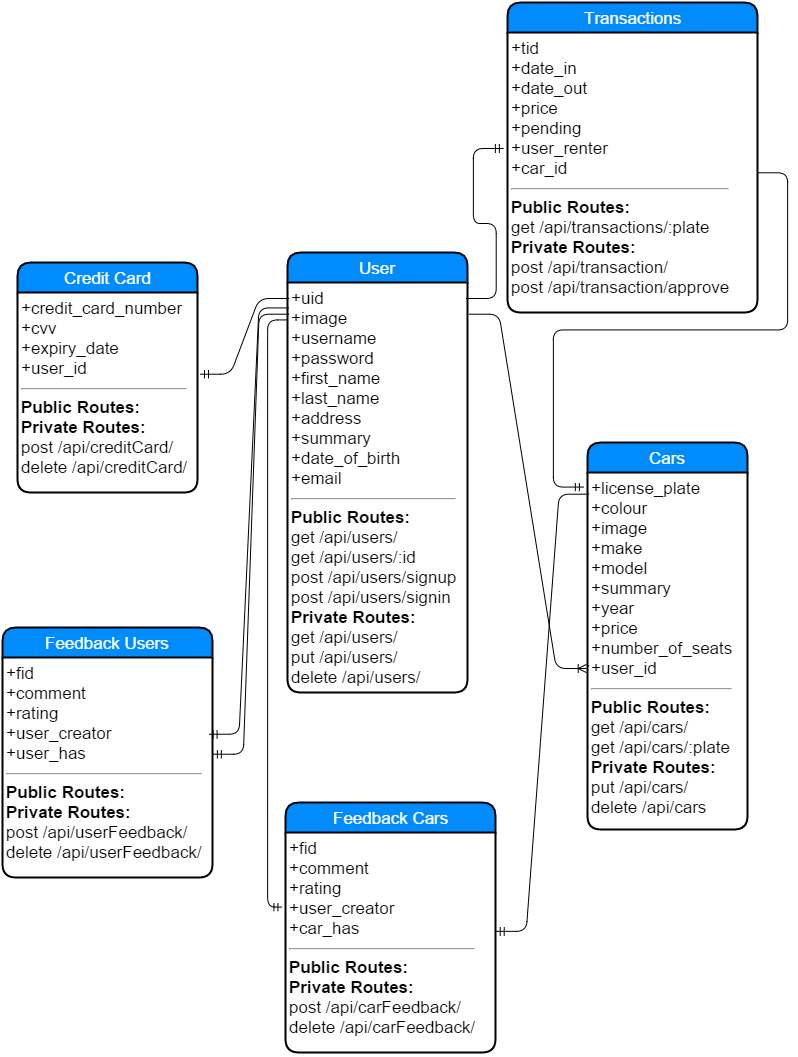
Above: docs/finalReport/ObjectOrientatedDesign.png in awaseem/renti-backend (draw.io), before the change. Source tidied: cells renumbered, new cells last; positions are measured from the earlier drawing's top-left corner, leaving out a move shared by most shapes. Source of this version:
```xml
<mxGraphModel background="#ffffff">
  <root>
    <mxCell id="0" style="html=1;" />
    <mxCell id="1" style="html=1;" parent="0" />
    <mxCell id="2" value="User" style="swimlane;html=1;horizontal=1;startSize=30;fillColor=#008cff;fontColor=#FFFFFF;rounded=1;fontSize=17;fontStyle=0;strokeWidth=2;shadow=0;dashed=0;align=center;" parent="1" vertex="1">
      <mxGeometry x="285" y="250" width="180" height="440" as="geometry" />
    </mxCell>
    <mxCell id="3" value="&lt;div&gt;+uid&lt;/div&gt;&lt;div&gt;+image&lt;/div&gt;&lt;div&gt;+username&lt;/div&gt;&lt;div&gt;+password&lt;/div&gt;&lt;div&gt;+first_name&lt;/div&gt;&lt;div&gt;+last_name&lt;/div&gt;&lt;div&gt;+address&lt;/div&gt;&lt;div&gt;+summary&lt;/div&gt;&lt;div&gt;+date_of_birth&lt;/div&gt;&lt;div&gt;+email&lt;/div&gt;&lt;div&gt;&lt;hr id=&quot;null&quot;&gt;&lt;b&gt;Public Routes:&lt;/b&gt;&lt;/div&gt;&lt;div&gt;get /api/users/&lt;/div&gt;&lt;div&gt;get /api/users/:id&lt;/div&gt;&lt;div&gt;&lt;span&gt;post /api/users/signup&lt;/span&gt;&lt;br&gt;&lt;/div&gt;&lt;div&gt;&lt;span&gt;post /api/users/signin&lt;/span&gt;&lt;span&gt;&lt;br&gt;&lt;/span&gt;&lt;/div&gt;&lt;div&gt;&lt;span&gt;&lt;b&gt;Private Routes:&lt;/b&gt;&lt;/span&gt;&lt;/div&gt;&lt;div&gt;&lt;span&gt;get /api/users/&lt;/span&gt;&lt;/div&gt;&lt;div&gt;&lt;span&gt;put /api/users/&lt;/span&gt;&lt;/div&gt;&lt;div&gt;&lt;span&gt;delete /api/users/&lt;/span&gt;&lt;/div&gt;&lt;div&gt;&lt;br&gt;&lt;/div&gt;" style="whiteSpace=wrap;html=1;align=left;strokeColor=none;fillColor=none;spacingLeft=4;fontSize=17;verticalAlign=top;" parent="2" vertex="1">
      <mxGeometry y="30" width="180" height="410" as="geometry" />
    </mxCell>
    <mxCell id="4" value="Cars" style="swimlane;html=1;horizontal=1;startSize=30;fillColor=#008cff;fontColor=#FFFFFF;rounded=1;fontSize=17;fontStyle=0;strokeWidth=2;shadow=0;dashed=0;align=center;" parent="1" vertex="1">
      <mxGeometry x="585" y="440" width="160" height="387" as="geometry" />
    </mxCell>
    <mxCell id="5" value="+license_plate&lt;div&gt;+colour&lt;/div&gt;&lt;div&gt;+image&lt;/div&gt;&lt;div&gt;+make&lt;/div&gt;&lt;div&gt;+model&lt;/div&gt;&lt;div&gt;+summary&lt;/div&gt;&lt;div&gt;+year&lt;/div&gt;&lt;div&gt;+price&lt;/div&gt;&lt;div&gt;+number_of_seats&lt;/div&gt;&lt;div&gt;+user_id&lt;/div&gt;&lt;div&gt;&lt;hr id=&quot;null&quot;&gt;&lt;b&gt;Public Routes:&lt;/b&gt;&lt;/div&gt;&lt;div&gt;get /api/cars/&lt;/div&gt;&lt;div&gt;get /api/cars/:plate&lt;/div&gt;&lt;div&gt;&lt;b&gt;Private Routes:&lt;/b&gt;&lt;/div&gt;&lt;div&gt;put /api/cars/&lt;/div&gt;&lt;div&gt;delete /api/cars&lt;/div&gt;" style="whiteSpace=wrap;html=1;align=left;strokeColor=none;fillColor=none;spacingLeft=4;fontSize=17;verticalAlign=top;" parent="4" vertex="1">
      <mxGeometry y="30" width="160" height="357" as="geometry" />
    </mxCell>
    <mxCell id="6" style="edgeStyle=none;rounded=0;html=1;entryX=0.013;entryY=0.543;entryPerimeter=0;endArrow=none;endFill=0;jettySize=auto;orthogonalLoop=1;" parent="4" edge="1" source="5" target="5">
      <mxGeometry relative="1" as="geometry" />
    </mxCell>
    <mxCell id="7" value="Credit Card" style="swimlane;html=1;horizontal=1;startSize=30;fillColor=#008cff;fontColor=#FFFFFF;rounded=1;fontSize=17;fontStyle=0;strokeWidth=2;shadow=0;dashed=0;align=center;" parent="1" vertex="1">
      <mxGeometry x="15" y="260" width="180" height="230" as="geometry" />
    </mxCell>
    <mxCell id="8" value="&lt;div&gt;+credit_card_number&lt;/div&gt;&lt;div&gt;+cvv&lt;/div&gt;&lt;div&gt;+expiry_date&lt;/div&gt;&lt;div&gt;+user_id&lt;/div&gt;&lt;div&gt;&lt;hr id=&quot;null&quot;&gt;&lt;b&gt;Public Routes:&lt;/b&gt;&lt;/div&gt;&lt;div&gt;&lt;span&gt;&lt;b&gt;Private Routes:&lt;/b&gt;&lt;/span&gt;&lt;/div&gt;&lt;div&gt;&lt;span&gt;post /api/creditCard/&lt;/span&gt;&lt;/div&gt;&lt;div&gt;&lt;span&gt;delete /api/creditCard/&lt;/span&gt;&lt;br&gt;&lt;/div&gt;" style="whiteSpace=wrap;html=1;align=left;strokeColor=none;fillColor=none;spacingLeft=4;fontSize=17;verticalAlign=top;" parent="7" vertex="1">
      <mxGeometry y="30" width="180" height="200" as="geometry" />
    </mxCell>
    <mxCell id="9" style="edgeStyle=none;rounded=0;html=1;endArrow=none;endFill=0;jettySize=auto;" parent="7" edge="1" source="8" target="7">
      <mxGeometry relative="1" as="geometry" />
    </mxCell>
    <mxCell id="10" value="Transactions" style="swimlane;html=1;horizontal=1;startSize=30;fillColor=#008cff;fontColor=#FFFFFF;rounded=1;fontSize=17;fontStyle=0;strokeWidth=2;shadow=0;dashed=0;align=center;" parent="1" vertex="1">
      <mxGeometry x="505" width="250" height="310" as="geometry" />
    </mxCell>
    <mxCell id="11" value="&lt;div&gt;+tid&lt;/div&gt;&lt;div&gt;+date_in&lt;/div&gt;&lt;div&gt;+date_out&lt;/div&gt;&lt;div&gt;+price&lt;/div&gt;&lt;div&gt;+pending&lt;/div&gt;&lt;div&gt;+user_renter&lt;/div&gt;&lt;div&gt;+car_id&lt;/div&gt;&lt;div&gt;&lt;hr id=&quot;null&quot;&gt;&lt;b&gt;Public Routes:&lt;/b&gt;&lt;/div&gt;&lt;div&gt;get /api/transactions/:plate&lt;/div&gt;&lt;div&gt;&lt;b style=&quot;line-height: 1.2&quot;&gt;Private Routes:&lt;/b&gt;&lt;br&gt;&lt;/div&gt;&lt;div&gt;post /api/transaction/&lt;/div&gt;&lt;div&gt;&lt;span style=&quot;line-height: 1.2&quot;&gt;post /api/transaction/approve&lt;/span&gt;&lt;br&gt;&lt;/div&gt;&lt;div&gt;&lt;br&gt;&lt;/div&gt;" style="whiteSpace=wrap;html=1;align=left;strokeColor=none;fillColor=none;spacingLeft=4;fontSize=17;verticalAlign=top;" parent="10" vertex="1">
      <mxGeometry y="30" width="250" height="280" as="geometry" />
    </mxCell>
    <mxCell id="12" style="edgeStyle=none;rounded=1;html=1;startArrow=ERmandOne;startFill=0;endArrow=none;endFill=0;endSize=30;jettySize=auto;strokeColor=#000000;" parent="10" edge="1" source="11" target="10">
      <mxGeometry relative="1" as="geometry" />
    </mxCell>
    <mxCell id="13" style="edgeStyle=none;rounded=1;html=1;startArrow=ERmandOne;startFill=0;endArrow=none;endFill=0;endSize=30;jettySize=auto;strokeColor=#000000;" parent="10" edge="1" source="11" target="10">
      <mxGeometry relative="1" as="geometry" />
    </mxCell>
    <mxCell id="14" style="edgeStyle=entityRelationEdgeStyle;html=1;endArrow=ERmandOne;exitX=1;exitY=0.5;entryX=-0.028;entryY=0.04;entryPerimeter=0;" parent="1" edge="1" source="11" target="5">
      <mxGeometry relative="1" as="geometry" />
    </mxCell>
    <mxCell id="15" style="edgeStyle=entityRelationEdgeStyle;html=1;endArrow=ERmandOne;flipH=1;flipV=1;exitX=1.007;exitY=0.399;entryX=-0.001;entryY=0.034;entryPerimeter=0;exitPerimeter=0;" parent="1" edge="1" source="8" target="3">
      <mxGeometry relative="1" as="geometry" />
    </mxCell>
    <mxCell id="16" style="edgeStyle=entityRelationEdgeStyle;html=1;endArrow=ERmandOne;entryX=-0.017;entryY=0.412;entryPerimeter=0;exitX=0.993;exitY=0.038;exitPerimeter=0;" parent="1" edge="1" source="3" target="11">
      <mxGeometry relative="1" as="geometry" />
    </mxCell>
    <mxCell id="17" value="Feedback Users" style="swimlane;html=1;horizontal=1;startSize=30;fillColor=#008cff;fontColor=#FFFFFF;rounded=1;fontSize=17;fontStyle=0;strokeWidth=2;shadow=0;dashed=0;align=center;" parent="1" vertex="1">
      <mxGeometry y="625" width="210" height="250" as="geometry" />
    </mxCell>
    <mxCell id="18" value="&lt;div&gt;+fid&lt;/div&gt;&lt;div&gt;+comment&lt;/div&gt;&lt;div&gt;+rating&lt;/div&gt;&lt;div&gt;+user_creator&lt;/div&gt;&lt;div&gt;+user_has&lt;/div&gt;&lt;div&gt;&lt;hr id=&quot;null&quot;&gt;&lt;b&gt;Public Routes:&lt;/b&gt;&lt;/div&gt;&lt;div&gt;&lt;b style=&quot;line-height: 1.2&quot;&gt;Private Routes:&lt;/b&gt;&lt;br&gt;&lt;/div&gt;&lt;div&gt;post /api/userFeedback/&lt;/div&gt;&lt;div&gt;&lt;span style=&quot;line-height: 1.2&quot;&gt;delete /api/&lt;/span&gt;&lt;span&gt;userFeedback/&lt;/span&gt;&lt;/div&gt;&lt;div&gt;&lt;span&gt;&lt;br&gt;&lt;/span&gt;&lt;/div&gt;" style="whiteSpace=wrap;html=1;align=left;strokeColor=none;fillColor=none;spacingLeft=4;fontSize=17;verticalAlign=top;" parent="17" vertex="1">
      <mxGeometry y="30" width="210" height="220" as="geometry" />
    </mxCell>
    <mxCell id="19" style="edgeStyle=none;rounded=0;html=1;exitX=0.5;exitY=1;endArrow=none;endFill=0;jettySize=auto;" parent="17" edge="1" source="17" target="18">
      <mxGeometry relative="1" as="geometry" />
    </mxCell>
    <mxCell id="20" style="edgeStyle=entityRelationEdgeStyle;html=1;endArrow=ERmandOne;flipH=1;flipV=1;rounded=1;exitX=0.976;exitY=0.341;exitPerimeter=0;" parent="1" edge="1" source="18">
      <mxGeometry relative="1" as="geometry">
        <mxPoint x="285" y="304" as="targetPoint" />
      </mxGeometry>
    </mxCell>
    <mxCell id="21" style="edgeStyle=entityRelationEdgeStyle;html=1;endArrow=ERmandOne;flipH=1;flipV=1;exitX=1;exitY=0.5;entryX=0.001;entryY=0.074;entryPerimeter=0;" parent="1" edge="1" source="17" target="3">
      <mxGeometry x="160.1" y="510" as="geometry" />
    </mxCell>
    <mxCell id="22" value="Feedback Cars" style="swimlane;html=1;horizontal=1;startSize=30;fillColor=#008cff;fontColor=#FFFFFF;rounded=1;fontSize=17;fontStyle=0;strokeWidth=2;shadow=0;dashed=0;align=center;" parent="1" vertex="1">
      <mxGeometry x="283" y="800" width="210" height="250" as="geometry" />
    </mxCell>
    <mxCell id="23" value="&lt;div&gt;+fid&lt;/div&gt;&lt;div&gt;+comment&lt;/div&gt;&lt;div&gt;+rating&lt;/div&gt;&lt;div&gt;+user_creator&lt;/div&gt;&lt;div&gt;+car_has&lt;/div&gt;&lt;div&gt;&lt;hr id=&quot;null&quot;&gt;&lt;b&gt;Public Routes:&lt;/b&gt;&lt;/div&gt;&lt;div&gt;&lt;b style=&quot;line-height: 1.2&quot;&gt;Private Routes:&lt;/b&gt;&lt;br&gt;&lt;/div&gt;&lt;div&gt;post /api/carFeedback/&lt;/div&gt;&lt;div&gt;&lt;span style=&quot;line-height: 1.2&quot;&gt;delete /api/car&lt;/span&gt;&lt;span&gt;Feedback/&lt;/span&gt;&lt;/div&gt;&lt;div&gt;&lt;span&gt;&lt;br&gt;&lt;/span&gt;&lt;/div&gt;" style="whiteSpace=wrap;html=1;align=left;strokeColor=none;fillColor=none;spacingLeft=4;fontSize=17;verticalAlign=top;" parent="22" vertex="1">
      <mxGeometry y="30" width="210" height="220" as="geometry" />
    </mxCell>
    <mxCell id="24" style="edgeStyle=none;rounded=0;html=1;exitX=0.5;exitY=1;endArrow=none;endFill=0;jettySize=auto;" parent="22" edge="1" source="22" target="23">
      <mxGeometry relative="1" as="geometry" />
    </mxCell>
    <mxCell id="25" style="edgeStyle=entityRelationEdgeStyle;html=1;endArrow=ERmandOne;flipH=1;flipV=1;exitX=0.994;exitY=0.44;entryX=0.004;entryY=0.057;entryPerimeter=0;exitPerimeter=0;" parent="1" edge="1" source="23" target="5">
      <mxGeometry x="170.1" y="520" as="geometry" />
    </mxCell>
    <mxCell id="26" style="edgeStyle=segmentEdgeStyle;endArrow=none;html=1;strokeColor=#000000;exitX=-0.015;exitY=0.342;exitPerimeter=0;endFill=0;startArrow=ERmandOne;startFill=0;entryX=-0.002;entryY=0.093;entryPerimeter=0;" parent="1" edge="1" source="23" target="3">
      <mxGeometry relative="1" as="geometry">
        <Array as="points">
          <mxPoint x="265" y="905" />
          <mxPoint x="265" y="318" />
        </Array>
      </mxGeometry>
    </mxCell>
    <mxCell id="27" style="edgeStyle=entityRelationEdgeStyle;html=1;endArrow=ERoneToMany;exitX=1.006;exitY=0.077;exitPerimeter=0;entryX=-0.012;entryY=0.549;entryPerimeter=0;" parent="1" edge="1" source="3" target="5">
      <mxGeometry relative="1" as="geometry" />
    </mxCell>
  </root>
</mxGraphModel>
```
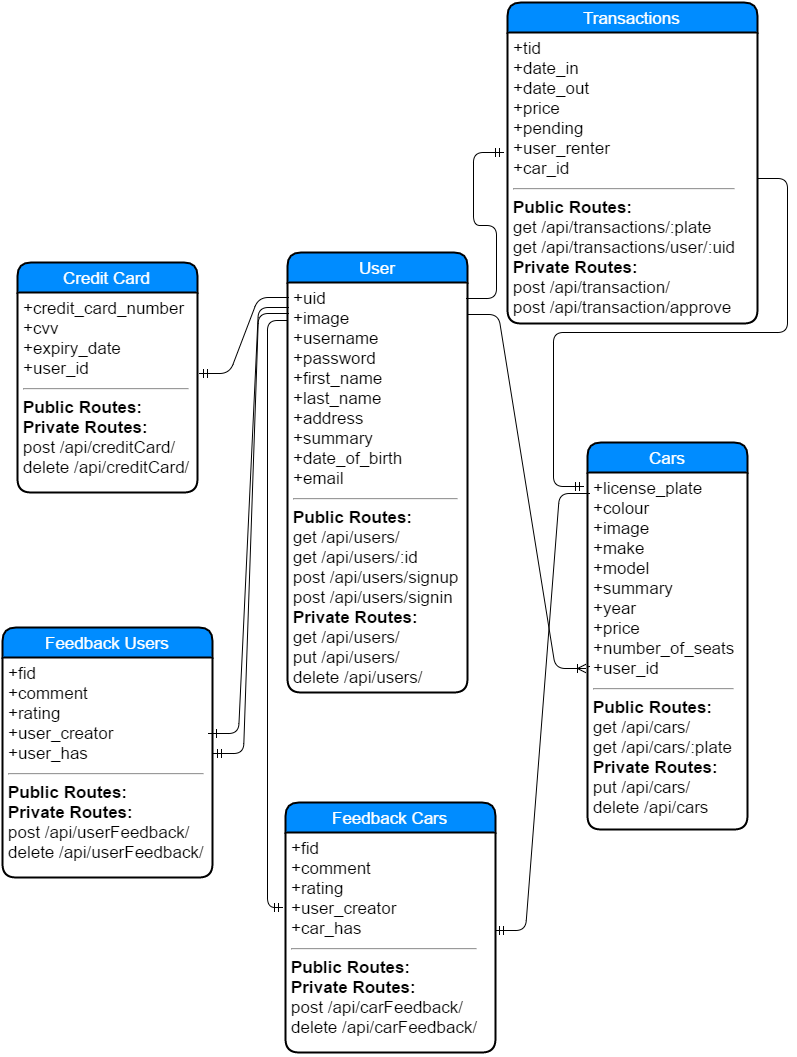
Later version of the same file.

Diff of the diagram source:
```diff
@@ -27,10 +27,10 @@
       <mxGeometry relative="1" as="geometry" />
     </mxCell>
     <mxCell id="10" value="Transactions" style="swimlane;html=1;horizontal=1;startSize=30;fillColor=#008cff;fontColor=#FFFFFF;rounded=1;fontSize=17;fontStyle=0;strokeWidth=2;shadow=0;dashed=0;align=center;" parent="1" vertex="1">
-      <mxGeometry x="505" width="250" height="310" as="geometry" />
+      <mxGeometry x="505" width="250" height="321" as="geometry" />
     </mxCell>
-    <mxCell id="11" value="&lt;div&gt;+tid&lt;/div&gt;&lt;div&gt;+date_in&lt;/div&gt;&lt;div&gt;+date_out&lt;/div&gt;&lt;div&gt;+price&lt;/div&gt;&lt;div&gt;+pending&lt;/div&gt;&lt;div&gt;+user_renter&lt;/div&gt;&lt;div&gt;+car_id&lt;/div&gt;&lt;div&gt;&lt;hr id=&quot;null&quot;&gt;&lt;b&gt;Public Routes:&lt;/b&gt;&lt;/div&gt;&lt;div&gt;get /api/transactions/:plate&lt;/div&gt;&lt;div&gt;&lt;b style=&quot;line-height: 1.2&quot;&gt;Private Routes:&lt;/b&gt;&lt;br&gt;&lt;/div&gt;&lt;div&gt;post /api/transaction/&lt;/div&gt;&lt;div&gt;&lt;span style=&quot;line-height: 1.2&quot;&gt;post /api/transaction/approve&lt;/span&gt;&lt;br&gt;&lt;/div&gt;&lt;div&gt;&lt;br&gt;&lt;/div&gt;" style="whiteSpace=wrap;html=1;align=left;strokeColor=none;fillColor=none;spacingLeft=4;fontSize=17;verticalAlign=top;" parent="10" vertex="1">
-      <mxGeometry y="30" width="250" height="280" as="geometry" />
+    <mxCell id="11" value="&lt;div&gt;+tid&lt;/div&gt;&lt;div&gt;+date_in&lt;/div&gt;&lt;div&gt;+date_out&lt;/div&gt;&lt;div&gt;+price&lt;/div&gt;&lt;div&gt;+pending&lt;/div&gt;&lt;div&gt;+user_renter&lt;/div&gt;&lt;div&gt;+car_id&lt;/div&gt;&lt;div&gt;&lt;hr id=&quot;null&quot;&gt;&lt;b&gt;Public Routes:&lt;/b&gt;&lt;/div&gt;&lt;div&gt;get /api/transactions/:plate&lt;/div&gt;&lt;div&gt;get /api/transactions/user/:uid&lt;/div&gt;&lt;div&gt;&lt;b style=&quot;line-height: 1.2&quot;&gt;Private Routes:&lt;/b&gt;&lt;br&gt;&lt;/div&gt;&lt;div&gt;post /api/transaction/&lt;/div&gt;&lt;div&gt;&lt;span style=&quot;line-height: 1.2&quot;&gt;post /api/transaction/approve&lt;/span&gt;&lt;br&gt;&lt;/div&gt;&lt;div&gt;&lt;br&gt;&lt;/div&gt;" style="whiteSpace=wrap;html=1;align=left;strokeColor=none;fillColor=none;spacingLeft=4;fontSize=17;verticalAlign=top;" parent="10" vertex="1">
+      <mxGeometry y="30" width="250" height="291" as="geometry" />
     </mxCell>
     <mxCell id="12" style="edgeStyle=none;rounded=1;html=1;startArrow=ERmandOne;startFill=0;endArrow=none;endFill=0;endSize=30;jettySize=auto;strokeColor=#000000;" parent="10" edge="1" source="11" target="10">
       <mxGeometry relative="1" as="geometry" />
```
